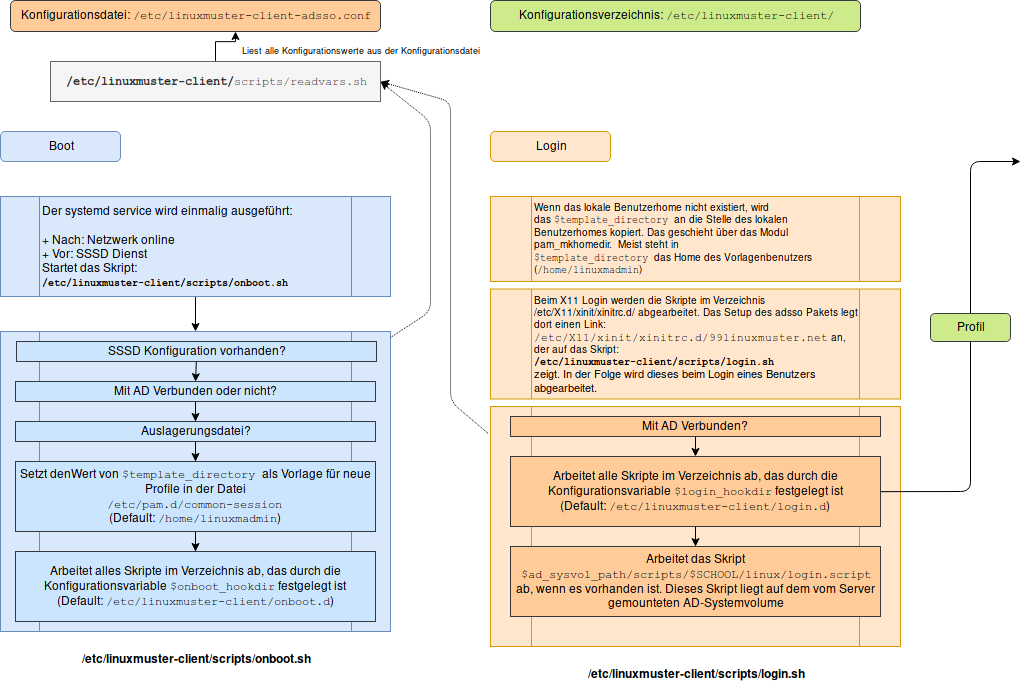
This is doc/boot_login.png from linuxmuster/linuxmuster-client-adsso, a draw.io export, as it was before one commit. Source tidied: cells renumbered, new cells last; positions are measured from the earlier drawing's top-left corner, leaving out a move shared by most shapes. Source of this version:
```xml
<mxGraphModel>
  <root>
    <mxCell id="0" />
    <mxCell id="1" parent="0" />
    <mxCell id="2" value="Boot" style="rounded=1;whiteSpace=wrap;html=1;fillColor=#dae8fc;strokeColor=#6c8ebf;" parent="1" vertex="1">
      <mxGeometry y="131" width="120" height="30" as="geometry" />
    </mxCell>
    <mxCell id="3" value="Login" style="rounded=1;whiteSpace=wrap;html=1;fillColor=#ffe6cc;strokeColor=#d79b00;" parent="1" vertex="1">
      <mxGeometry x="490" y="131" width="120" height="30" as="geometry" />
    </mxCell>
    <mxCell id="4" value="&lt;div&gt;Konfigurationsdatei: &lt;font face=&quot;Courier New&quot;&gt;/etc/linuxmuster-client-adsso.conf&lt;/font&gt;&lt;/div&gt;" style="rounded=1;whiteSpace=wrap;html=1;fillColor=#ffcc99;strokeColor=#36393d;" parent="1" vertex="1">
      <mxGeometry x="10" width="370" height="31" as="geometry" />
    </mxCell>
    <mxCell id="5" value="&lt;div&gt;Konfigurationsverzeichnis: &lt;font face=&quot;Courier New&quot;&gt;/etc/linuxmuster-client/&lt;/font&gt;&lt;/div&gt;" style="rounded=1;whiteSpace=wrap;html=1;fillColor=#cdeb8b;strokeColor=#36393d;" parent="1" vertex="1">
      <mxGeometry x="490" width="370" height="31" as="geometry" />
    </mxCell>
    <mxCell id="6" style="edgeStyle=orthogonalEdgeStyle;rounded=0;jettySize=auto;html=1;" parent="1" edge="1" source="7" target="8">
      <mxGeometry relative="1" as="geometry" />
    </mxCell>
    <mxCell id="7" value="&lt;div&gt;Der systemd service wird einmalig ausgeführt:&lt;/div&gt;&lt;div&gt;&lt;br&gt;&lt;/div&gt;&lt;div&gt;+ Nach: Netzwerk online&lt;/div&gt;&lt;div&gt;+ Vor: SSSD Dienst&lt;/div&gt;&lt;div&gt;Startet das Skript: &lt;br&gt;&lt;/div&gt;&lt;div style=&quot;font-size: 10px&quot;&gt;&lt;font face=&quot;Courier New&quot;&gt;&lt;b&gt;/etc/linuxmuster-client/scripts/onboot.sh&lt;/b&gt;&lt;/font&gt;&lt;/div&gt;" style="shape=process;whiteSpace=wrap;html=1;backgroundOutline=1;align=left;fillColor=#dae8fc;strokeColor=#6c8ebf;" parent="1" vertex="1">
      <mxGeometry y="196" width="390" height="100" as="geometry" />
    </mxCell>
    <mxCell id="8" value="&lt;div&gt;&lt;b&gt;&lt;br&gt;&lt;/b&gt;&lt;/div&gt;&lt;div&gt;&lt;b&gt;/etc/linuxmuster-client/scripts/onboot.sh&lt;/b&gt;&lt;/div&gt;" style="shape=process;whiteSpace=wrap;html=1;backgroundOutline=1;align=center;fillColor=#dae8fc;strokeColor=#6c8ebf;labelPosition=center;verticalLabelPosition=bottom;verticalAlign=top;" parent="1" vertex="1">
      <mxGeometry y="331" width="390" height="300" as="geometry" />
    </mxCell>
    <mxCell id="9" value="&lt;div&gt;&lt;b&gt;&lt;br&gt;&lt;/b&gt;&lt;/div&gt;&lt;div&gt;&lt;b&gt;/etc/linuxmuster-client/scripts/login.sh&lt;/b&gt;&lt;/div&gt;" style="shape=process;whiteSpace=wrap;html=1;backgroundOutline=1;align=center;fillColor=#ffe6cc;strokeColor=#d79b00;labelPosition=center;verticalLabelPosition=bottom;verticalAlign=top;" parent="1" vertex="1">
      <mxGeometry x="490" y="406" width="410" height="240" as="geometry" />
    </mxCell>
    <mxCell id="10" style="edgeStyle=orthogonalEdgeStyle;rounded=0;jettySize=auto;html=1;" parent="1" edge="1" source="11">
      <mxGeometry relative="1" as="geometry">
        <mxPoint x="235" y="31" as="targetPoint" />
      </mxGeometry>
    </mxCell>
    <mxCell id="11" value=" &lt;font face=&quot;Courier New&quot;&gt;&lt;b&gt;/etc/linuxmuster-client/&lt;/b&gt;scripts/readvars.sh&lt;/font&gt;" style="rounded=0;whiteSpace=wrap;html=1;align=center;fillColor=#f5f5f5;strokeColor=#666666;fontColor=#333333;" parent="1" vertex="1">
      <mxGeometry x="50" y="61" width="330" height="40" as="geometry" />
    </mxCell>
    <mxCell id="12" value="&lt;font style=&quot;font-size: 9px&quot;&gt;Liest alle Konfigurationswerte aus der Konfigurationsdatei&lt;/font&gt;" style="text;html=1;align=left;verticalAlign=top;spacingTop=-4;" parent="1" vertex="1">
      <mxGeometry x="240" y="41" width="250" height="20" as="geometry" />
    </mxCell>
    <mxCell id="13" style="endArrow=classic;html=1;exitX=1.001;exitY=0.02;exitDx=0;exitDy=0;entryX=1;entryY=0.5;entryDx=0;entryDy=0;exitPerimeter=0;dashed=1;dashPattern=1 1;" parent="1" edge="1" source="8" target="11">
      <mxGeometry relative="1" as="geometry">
        <Array as="points">
          <mxPoint x="430" y="311" />
          <mxPoint x="430" y="121" />
        </Array>
      </mxGeometry>
    </mxCell>
    <mxCell id="14" style="edgeStyle=orthogonalEdgeStyle;rounded=0;jettySize=auto;html=1;" parent="1" edge="1" source="15" target="17">
      <mxGeometry relative="1" as="geometry" />
    </mxCell>
    <mxCell id="15" value="&lt;div&gt;&lt;font&gt;Mit AD Verbunden oder nicht?&lt;br&gt;&lt;/font&gt;&lt;/div&gt;&lt;span&gt;&lt;span&gt;&lt;span&gt;&lt;span&gt;&lt;/span&gt;&lt;/span&gt;&lt;/span&gt;&lt;/span&gt;" style="rounded=0;whiteSpace=wrap;html=1;align=center;fillColor=#cce5ff;strokeColor=#36393d;" parent="1" vertex="1">
      <mxGeometry x="15" y="381" width="360" height="20" as="geometry" />
    </mxCell>
    <mxCell id="16" style="edgeStyle=orthogonalEdgeStyle;rounded=0;jettySize=auto;html=1;" parent="1" edge="1" source="17" target="19">
      <mxGeometry relative="1" as="geometry" />
    </mxCell>
    <mxCell id="17" value="&lt;div&gt;&lt;div&gt;&lt;font&gt;Auslagerungsdatei?&lt;/font&gt;&lt;/div&gt;&lt;span&gt;&lt;span&gt;&lt;span&gt;&lt;span&gt;&lt;/span&gt;&lt;/span&gt;&lt;/span&gt;&lt;/span&gt;&lt;/div&gt;&lt;span&gt;&lt;span&gt;&lt;span&gt;&lt;span&gt;&lt;/span&gt;&lt;/span&gt;&lt;/span&gt;&lt;/span&gt;" style="rounded=0;whiteSpace=wrap;html=1;align=center;fillColor=#cce5ff;strokeColor=#36393d;" parent="1" vertex="1">
      <mxGeometry x="15" y="421" width="360" height="20" as="geometry" />
    </mxCell>
    <mxCell id="18" style="edgeStyle=orthogonalEdgeStyle;rounded=0;jettySize=auto;html=1;" parent="1" edge="1" source="19" target="20">
      <mxGeometry relative="1" as="geometry" />
    </mxCell>
    <mxCell id="19" value="&lt;div&gt;&lt;div&gt;&lt;div&gt;&lt;font&gt;Setzt denWert von &lt;span&gt;&lt;span&gt;&lt;font face=&quot;Courier New&quot;&gt;$template_directory &lt;/font&gt;als Vorlage für neue Profile in der Datei&lt;/span&gt;&lt;/span&gt;&lt;/font&gt;&lt;/div&gt;&lt;div&gt;&lt;span&gt;&lt;span&gt;&lt;font&gt;&lt;font face=&quot;Courier New&quot;&gt;/etc/pam.d/common-session&lt;/font&gt;&lt;/font&gt;&lt;br&gt;&lt;/span&gt;&lt;/span&gt;&lt;/div&gt;&lt;div&gt;&lt;span&gt;&lt;span&gt;(Default: &lt;font face=&quot;Courier New&quot;&gt;/home/linuxmadmin&lt;/font&gt;)&lt;br&gt;&lt;/span&gt;&lt;/span&gt;&lt;/div&gt;&lt;span&gt;&lt;span&gt;&lt;span&gt;&lt;span&gt;&lt;/span&gt;&lt;/span&gt;&lt;/span&gt;&lt;/span&gt;&lt;/div&gt;&lt;span&gt;&lt;span&gt;&lt;span&gt;&lt;span&gt;&lt;/span&gt;&lt;/span&gt;&lt;/span&gt;&lt;/span&gt;&lt;/div&gt;&lt;span&gt;&lt;span&gt;&lt;span&gt;&lt;span&gt;&lt;/span&gt;&lt;/span&gt;&lt;/span&gt;&lt;/span&gt;" style="rounded=0;whiteSpace=wrap;html=1;align=center;fillColor=#cce5ff;strokeColor=#36393d;" parent="1" vertex="1">
      <mxGeometry x="15" y="461" width="360" height="70" as="geometry" />
    </mxCell>
    <mxCell id="20" value="&lt;div&gt;&lt;div&gt;&lt;span&gt;&lt;span&gt;Arbeitet alles Skripte im Verzeichnis ab, das durch die Konfigurationsvariable &lt;/span&gt;&lt;/span&gt;&lt;span&gt;&lt;span&gt;&lt;span&gt;&lt;span&gt;&lt;font face=&quot;Courier New&quot;&gt;$onboot_hookdir&lt;/font&gt; festgelegt ist&lt;/span&gt;&lt;/span&gt;&lt;/span&gt;&lt;/span&gt;&lt;/div&gt;&lt;div&gt;&lt;span&gt;&lt;span&gt;&lt;span&gt;&lt;span&gt;(Default: &lt;/span&gt;&lt;/span&gt;&lt;/span&gt;&lt;/span&gt; &lt;font face=&quot;Courier New&quot;&gt;/etc/linuxmuster-client/onboot.d&lt;/font&gt;)&lt;/div&gt;&lt;span&gt;&lt;span&gt;&lt;span&gt;&lt;span&gt;&lt;/span&gt;&lt;/span&gt;&lt;/span&gt;&lt;/span&gt;&lt;/div&gt;&lt;span&gt;&lt;span&gt;&lt;span&gt;&lt;span&gt;&lt;/span&gt;&lt;/span&gt;&lt;/span&gt;&lt;/span&gt;" style="rounded=0;whiteSpace=wrap;html=1;align=center;fillColor=#cce5ff;strokeColor=#36393d;" parent="1" vertex="1">
      <mxGeometry x="15" y="551" width="360" height="70" as="geometry" />
    </mxCell>
    <mxCell id="21" value="SSSD Konfiguration vorhanden?" style="rounded=0;whiteSpace=wrap;html=1;align=center;fillColor=#cce5ff;strokeColor=#36393d;" parent="1" vertex="1">
      <mxGeometry x="16" y="341" width="360" height="20" as="geometry" />
    </mxCell>
    <mxCell id="22" style="endArrow=classic;html=1;exitX=0.5;exitY=1;exitDx=0;exitDy=0;entryX=0.5;entryY=0;entryDx=0;entryDy=0;" parent="1" edge="1" source="21" target="15">
      <mxGeometry relative="1" as="geometry" />
    </mxCell>
    <mxCell id="23" value="&lt;div style=&quot;font-size: 10px&quot;&gt;&lt;font style=&quot;font-size: 10px&quot;&gt;&lt;span&gt;Beim X11 Login werden die Skripte im Verzeichnis &lt;br&gt;&lt;/span&gt;&lt;span&gt;&lt;span&gt;/etc/X11/xinit/xinitrc.d/ abgearbeitet. Das Setup des adsso Pakets legt dort einen Link:&lt;/span&gt;&lt;br&gt;&lt;font style=&quot;font-size: 11px&quot; face=&quot;Courier New&quot;&gt;/etc/X11/xinit/xinitrc.d/99linuxmuster.net&lt;/font&gt;&lt;span&gt; an, der auf das Skript:&lt;br&gt;&lt;/span&gt;&lt;/span&gt;&lt;b&gt;&lt;span&gt;&lt;/span&gt;&lt;span&gt;&lt;span&gt;&lt;/span&gt;&lt;font style=&quot;font-size: 10px&quot; face=&quot;Courier New&quot;&gt;/etc/linuxmuster-client/scripts/login.sh&lt;/font&gt;&lt;span&gt;&lt;/span&gt;&lt;/span&gt;&lt;/b&gt;&lt;/font&gt;&lt;/div&gt;&lt;div style=&quot;font-size: 11px&quot;&gt;&lt;font style=&quot;font-size: 11px&quot;&gt;zeigt. In der Folge wird dieses beim Login eines Benutzers abgearbeitet.&lt;br&gt;&lt;/font&gt;&lt;/div&gt;" style="shape=process;whiteSpace=wrap;html=1;backgroundOutline=1;align=left;fillColor=#ffe6cc;strokeColor=#d79b00;" parent="1" vertex="1">
      <mxGeometry x="490" y="288.5" width="410" height="110" as="geometry" />
    </mxCell>
    <mxCell id="24" value="&lt;div&gt;&lt;font&gt;Mit AD Verbunden?&lt;br&gt;&lt;/font&gt;&lt;/div&gt;&lt;span&gt;&lt;span&gt;&lt;span&gt;&lt;span&gt;&lt;/span&gt;&lt;/span&gt;&lt;/span&gt;&lt;/span&gt;" style="rounded=0;whiteSpace=wrap;html=1;align=center;fillColor=#ffcc99;strokeColor=#36393d;" parent="1" vertex="1">
      <mxGeometry x="510" y="416" width="370" height="20" as="geometry" />
    </mxCell>
    <mxCell id="25" value="&lt;div&gt;&lt;div&gt;&lt;span&gt;&lt;span&gt;Arbeitet alle Skripte im Verzeichnis ab, das durch die Konfigurationsvariable &lt;/span&gt;&lt;/span&gt;&lt;span&gt;&lt;span&gt;&lt;span&gt;&lt;span&gt;&lt;font face=&quot;Courier New&quot;&gt;$login_hookdir&lt;/font&gt; festgelegt ist&lt;/span&gt;&lt;/span&gt;&lt;/span&gt;&lt;/span&gt;&lt;/div&gt;&lt;div&gt;&lt;span&gt;&lt;span&gt;&lt;span&gt;&lt;span&gt;(Default: &lt;/span&gt;&lt;/span&gt;&lt;/span&gt;&lt;/span&gt; &lt;font face=&quot;Courier New&quot;&gt;/etc/linuxmuster-client/login.d&lt;/font&gt;)&lt;/div&gt;&lt;span&gt;&lt;span&gt;&lt;span&gt;&lt;span&gt;&lt;/span&gt;&lt;/span&gt;&lt;/span&gt;&lt;/span&gt;&lt;/div&gt;&lt;span&gt;&lt;span&gt;&lt;span&gt;&lt;span&gt;&lt;/span&gt;&lt;/span&gt;&lt;/span&gt;&lt;/span&gt;" style="rounded=0;whiteSpace=wrap;html=1;align=center;fillColor=#ffcc99;strokeColor=#36393d;" parent="1" vertex="1">
      <mxGeometry x="510" y="456" width="370" height="70" as="geometry" />
    </mxCell>
    <mxCell id="26" value="&lt;div&gt;&lt;div&gt;&lt;span&gt;&lt;span&gt;Arbeitet das Skript &lt;/span&gt;&lt;/span&gt;&lt;span&gt;&lt;span&gt;&lt;font face=&quot;Courier New&quot;&gt;&lt;span&gt;&lt;span&gt;&lt;br&gt;&lt;/span&gt;&lt;/span&gt;&lt;/font&gt;&lt;/span&gt;&lt;/span&gt;&lt;/div&gt;&lt;div&gt;&lt;span&gt;&lt;span&gt;&lt;font face=&quot;Courier New&quot;&gt;&lt;span&gt;&lt;span&gt;$ad_sysvol_path&lt;/span&gt;/scripts/&lt;span&gt;$SCHOOL&lt;/span&gt;/linux/login.script&lt;/span&gt;&lt;/font&gt;&lt;br&gt;&lt;/span&gt;&lt;/span&gt;&lt;/div&gt;&lt;div&gt;ab, wenn es vorhanden ist. Dieses Skript liegt auf dem vom Server &lt;br&gt;&lt;/div&gt;&lt;div&gt;gemounteten AD-Systemvolume&lt;br&gt;&lt;span&gt;&lt;span&gt;&lt;/span&gt;&lt;/span&gt;&lt;span&gt;&lt;span&gt;&lt;span&gt;&lt;span&gt;&lt;/span&gt;&lt;/span&gt;&lt;/span&gt;&lt;/span&gt;&lt;/div&gt;&lt;/div&gt;&lt;span&gt;&lt;span&gt;&lt;span&gt;&lt;span&gt;&lt;/span&gt;&lt;/span&gt;&lt;/span&gt;&lt;/span&gt;" style="rounded=0;whiteSpace=wrap;html=1;align=center;fillColor=#ffcc99;strokeColor=#36393d;" parent="1" vertex="1">
      <mxGeometry x="510" y="546" width="370" height="70" as="geometry" />
    </mxCell>
    <mxCell id="27" style="endArrow=classic;html=1;exitX=0.5;exitY=1;exitDx=0;exitDy=0;" parent="1" edge="1" source="24" target="25">
      <mxGeometry relative="1" as="geometry" />
    </mxCell>
    <mxCell id="28" style="endArrow=classic;html=1;exitX=0.5;exitY=1;exitDx=0;exitDy=0;entryX=0.5;entryY=0;entryDx=0;entryDy=0;" parent="1" edge="1" source="25" target="26">
      <mxGeometry relative="1" as="geometry" />
    </mxCell>
    <mxCell id="29" value="&lt;div style=&quot;font-size: 10px&quot;&gt;&lt;font style=&quot;font-size: 10px&quot;&gt;&lt;span&gt;Wenn das lokale Benutzerhome nicht existiert, wird &lt;br&gt;&lt;/span&gt;&lt;/font&gt;&lt;/div&gt;&lt;div style=&quot;font-size: 10px&quot;&gt;&lt;font&gt;&lt;span&gt;das &lt;/span&gt;&lt;/font&gt;&lt;font&gt;&lt;span&gt;&lt;font&gt;&lt;span&gt;&lt;span&gt;&lt;font face=&quot;Courier New&quot;&gt;$template_directory &lt;font face=&quot;Helvetica&quot;&gt;an die Stelle des lokalen Benutzerhomes kopiert. Das geschieht über das Modul pam_mkhomedir.&lt;/font&gt; &lt;font face=&quot;Helvetica&quot;&gt;Meist steht in &lt;/font&gt;&lt;/font&gt;&lt;/span&gt;&lt;/span&gt;&lt;/font&gt;&lt;/span&gt;&lt;/font&gt;&lt;br&gt;&lt;font&gt;&lt;span&gt;&lt;font&gt;&lt;span&gt;&lt;span&gt;&lt;font face=&quot;Courier New&quot;&gt;&lt;font&gt;&lt;span&gt;&lt;font&gt;&lt;span&gt;&lt;span&gt;&lt;font face=&quot;Courier New&quot;&gt;$template_directory &lt;font face=&quot;Helvetica&quot;&gt;das Home des Vorlagenbenutzers &lt;/font&gt;&lt;br&gt;&lt;/font&gt;&lt;/span&gt;&lt;/span&gt;&lt;/font&gt;&lt;/span&gt;&lt;/font&gt;&lt;/font&gt;&lt;/span&gt;&lt;/span&gt;&lt;/font&gt;&lt;/span&gt;&lt;/font&gt;&lt;/div&gt;&lt;div style=&quot;font-size: 10px&quot;&gt;&lt;font&gt;&lt;span&gt;&lt;font&gt;&lt;span&gt;&lt;span&gt;&lt;font face=&quot;Courier New&quot;&gt;&lt;font&gt;&lt;span&gt;&lt;font&gt;&lt;span&gt;&lt;span&gt;&lt;font face=&quot;Courier New&quot;&gt;&lt;font face=&quot;Helvetica&quot;&gt;(&lt;/font&gt;/home/linuxmadmin&lt;font face=&quot;Helvetica&quot;&gt;)&lt;/font&gt;&lt;br&gt;&lt;/font&gt;&lt;/span&gt;&lt;/span&gt;&lt;/font&gt;&lt;/span&gt;&lt;/font&gt;&lt;/font&gt;&lt;/span&gt;&lt;/span&gt;&lt;/font&gt;&lt;/span&gt;&lt;/font&gt;&lt;/div&gt;" style="shape=process;whiteSpace=wrap;html=1;backgroundOutline=1;align=left;fillColor=#ffe6cc;strokeColor=#d79b00;" parent="1" vertex="1">
      <mxGeometry x="490" y="196" width="410" height="85" as="geometry" />
    </mxCell>
    <mxCell id="30" style="endArrow=classic;html=1;exitX=-0.006;exitY=0.112;exitDx=0;exitDy=0;entryX=1;entryY=0.5;entryDx=0;entryDy=0;exitPerimeter=0;dashed=1;dashPattern=1 1;" parent="1" edge="1" source="9" target="11">
      <mxGeometry relative="1" as="geometry">
        <Array as="points">
          <mxPoint x="450" y="401" />
          <mxPoint x="450" y="101" />
        </Array>
      </mxGeometry>
    </mxCell>
    <mxCell id="31" style="endArrow=classic;html=1;exitX=1;exitY=0.5;exitDx=0;exitDy=0;" parent="1" edge="1" source="25">
      <mxGeometry relative="1" as="geometry">
        <mxPoint x="1020" y="161" as="targetPoint" />
        <Array as="points">
          <mxPoint x="970" y="491" />
          <mxPoint x="970" y="161" />
        </Array>
      </mxGeometry>
    </mxCell>
    <mxCell id="32" value="Profil" style="rounded=1;whiteSpace=wrap;html=1;align=center;fillColor=#cdeb8b;strokeColor=#36393d;" parent="1" vertex="1">
      <mxGeometry x="930" y="313" width="80" height="28" as="geometry" />
    </mxCell>
  </root>
</mxGraphModel>
```
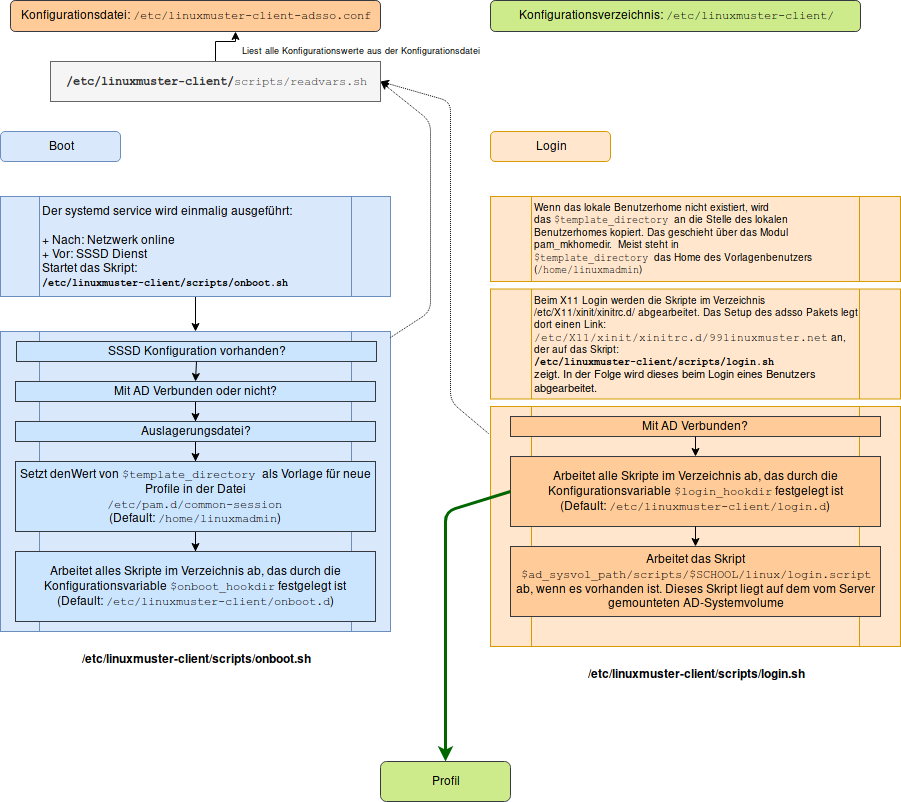
The same file after the commit.

The edit, as a diff of the source:
```diff
@@ -101,17 +101,15 @@
         </Array>
       </mxGeometry>
     </mxCell>
-    <mxCell id="31" style="endArrow=classic;html=1;exitX=1;exitY=0.5;exitDx=0;exitDy=0;" parent="1" edge="1" source="25">
-      <mxGeometry relative="1" as="geometry">
-        <mxPoint x="1020" y="161" as="targetPoint" />
-        <Array as="points">
-          <mxPoint x="970" y="491" />
-          <mxPoint x="970" y="161" />
-        </Array>
-      </mxGeometry>
-    </mxCell>
     <mxCell id="32" value="Profil" style="rounded=1;whiteSpace=wrap;html=1;align=center;fillColor=#cdeb8b;strokeColor=#36393d;" parent="1" vertex="1">
-      <mxGeometry x="930" y="313" width="80" height="28" as="geometry" />
+      <mxGeometry x="380" y="761" width="130" height="40" as="geometry" />
     </mxCell>
+    <mxCell id="33" style="endArrow=classic;html=1;exitX=0;exitY=0.5;exitDx=0;exitDy=0;entryX=0.5;entryY=0;entryDx=0;entryDy=0;fillColor=#d5e8d4;strokeColor=#006600;strokeWidth=3;" parent="1" edge="1" source="25" target="32">
+      <mxGeometry relative="1" as="geometry">
+        <Array as="points">
+          <mxPoint x="445" y="511" />
+        </Array>
+      </mxGeometry>
+    </mxCell>
   </root>
 </mxGraphModel>
```
